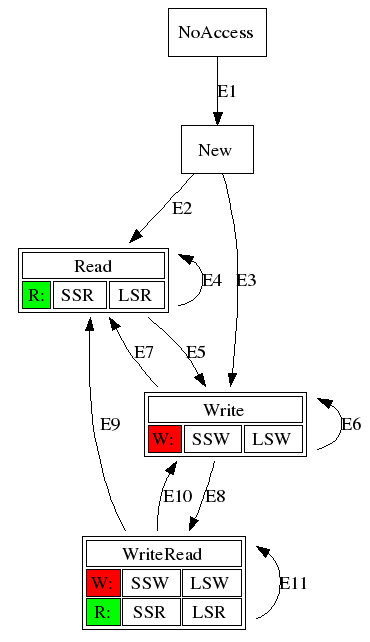
The Graphviz diagram msm/prop2.png in spurious/ThreadSanitizer-mirror, before a commit. Its source is kept beside it as msm/prop2.dot. Its diagram source:
```dot
digraph prop2 {
   NoAccess [shape=rectangle label="NoAccess"];
   New   [shape=rectangle label="New"];



   Read  [shape=plaintext label=<<TABLE BGCOLOR="white"> <tr>
        <td colspan="3">Read</td>
      </tr> <tr>
        <td bgcolor="green">R:</td>
        <td> SSR </td>
        <td> LSR </td>
      </tr> </TABLE>>
    ]

   Write  [shape=plaintext label=<<TABLE BGCOLOR="white"> <tr>
        <td colspan="3">Write</td>
      </tr> <tr>
        <td bgcolor="red">W:</td>
        <td> SSW </td>
        <td> LSW </td>
      </tr> </TABLE>>
    ]


   WriteRead  [shape=plaintext label=<<TABLE BGCOLOR="white"> <tr>
        <td colspan="3">WriteRead</td>
      </tr> <tr>
        <td bgcolor="red">W:</td>
        <td> SSW </td>
        <td> LSW </td>
      </tr> <tr>
        <td bgcolor="green">R:</td>
        <td> SSR </td>
        <td> LSR </td>
      </tr> </TABLE>>
    ]





   NoAccess -> New         [label="E1"];
   New      -> Read        [label="E2"];
   New      -> Write       [label="E3"];
   Read     -> Read        [label="E4"];
   Read     -> Write       [label="E5"];
   Write    -> Write       [label="E6"];
   Write    -> Read        [label="E7"];
   Write    -> WriteRead   [label="E8"];
   WriteRead-> Read        [label="E9"];
   WriteRead-> Write       [label="E10"];
   WriteRead-> WriteRead   [label="E11"];


}
```
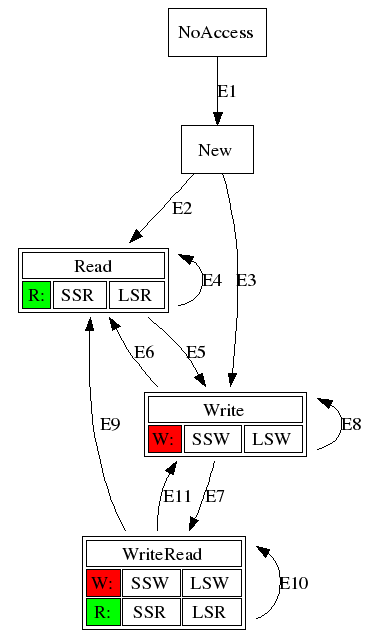
Later version of the same file.

Commit message:
git-svn-id: http://data-race-test.googlecode.com/svn/trunk@90 93a3164d-3a44-0410-8ae5-4baa038b0729

What changed in the source:
```diff
@@ -45,12 +45,12 @@
    New      -> Write       [label="E3"];
    Read     -> Read        [label="E4"];
    Read     -> Write       [label="E5"];
-   Write    -> Write       [label="E6"];
-   Write    -> Read        [label="E7"];
-   Write    -> WriteRead   [label="E8"];
+   Write    -> Read         [label="E6"];
+   Write    -> WriteRead   [label="E7"];
+   Write    -> Write        [label="E8"];
    WriteRead-> Read        [label="E9"];
-   WriteRead-> Write       [label="E10"];
-   WriteRead-> WriteRead   [label="E11"];
+   WriteRead-> WriteRead   [label="E10"];
+   WriteRead-> Write       [label="E11"];
 
 
 }
```
